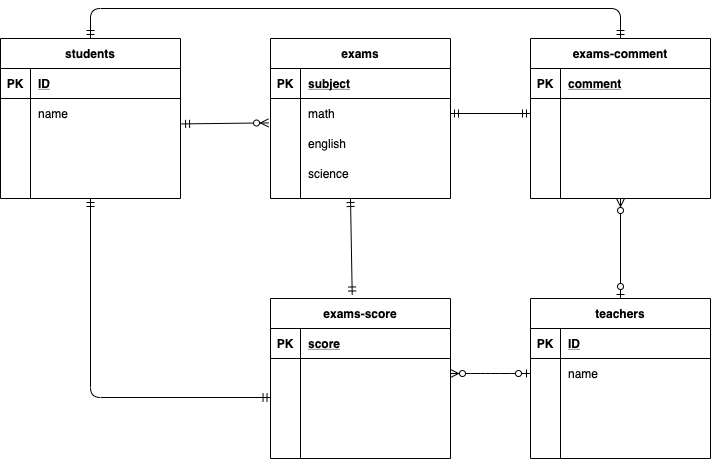
kiyo1215/coachtech_exam-database keeps this draw.io diagram as index.drawio.png. Above is the earlier version. Source tidied: cells renumbered, new cells last; positions are measured from the earlier drawing's top-left corner, leaving out a move shared by most shapes.
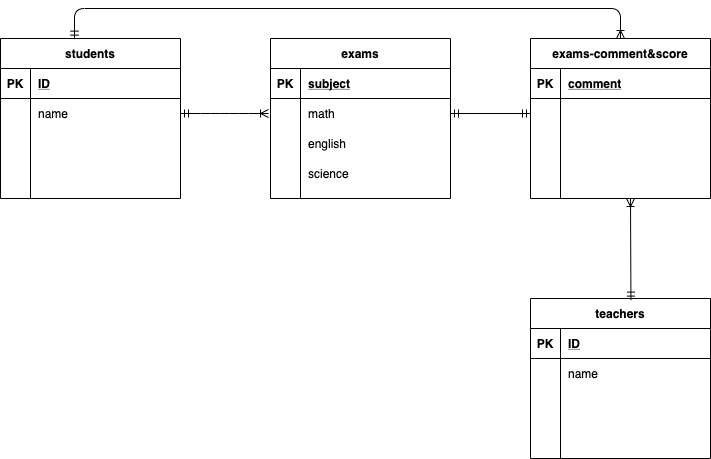
After the commit.

What changed in the source:
```diff
@@ -80,9 +80,6 @@
     <mxCell id="27" value="science" style="shape=partialRectangle;fillColor=none;top=0;left=0;bottom=0;right=0;align=left;spacingLeft=6;overflow=hidden;" parent="25" vertex="1">
       <mxGeometry x="30" width="150" height="30" as="geometry" />
     </mxCell>
-    <mxCell id="28" style="fontSize=12;html=1;endArrow=ERzeroToMany;startArrow=ERmandOne;entryX=-0.011;entryY=0.813;entryDx=0;entryDy=0;entryPerimeter=0;exitX=1.006;exitY=-0.153;exitDx=0;exitDy=0;exitPerimeter=0;" parent="1" edge="1" source="9" target="19">
-      <mxGeometry relative="1" as="geometry" />
-    </mxCell>
     <mxCell id="29" value="teachers" style="shape=table;startSize=30;rowLines=0;fontStyle=1;align=center;" parent="1" vertex="1">
       <mxGeometry x="530" y="290" width="180" height="160" as="geometry" />
     </mxCell>
@@ -113,46 +110,7 @@
     <mxCell id="38" style="shape=partialRectangle;fillColor=none;top=0;left=0;bottom=0;right=0;align=left;spacingLeft=6;overflow=hidden;" parent="36" vertex="1">
       <mxGeometry x="30" width="150" height="30" as="geometry" />
     </mxCell>
-    <mxCell id="39" value="exams-score" style="shape=table;startSize=30;rowLines=0;fontStyle=1;align=center;" parent="1" vertex="1">
-      <mxGeometry x="270" y="290" width="180" height="160" as="geometry" />
-    </mxCell>
-    <mxCell id="40" style="shape=partialRectangle;fillColor=none;top=0;left=0;bottom=1;right=0;" parent="39" vertex="1">
-      <mxGeometry y="30" width="180" height="30" as="geometry" />
-    </mxCell>
-    <mxCell id="41" value="PK" style="shape=partialRectangle;fillColor=none;top=0;left=0;bottom=0;right=0;fontStyle=1;overflow=hidden;" parent="40" vertex="1">
-      <mxGeometry width="30" height="30" as="geometry" />
-    </mxCell>
-    <mxCell id="42" value="score" style="shape=partialRectangle;fillColor=none;top=0;left=0;bottom=0;right=0;align=left;spacingLeft=6;fontStyle=5;overflow=hidden;" parent="40" vertex="1">
-      <mxGeometry x="30" width="150" height="30" as="geometry" />
-    </mxCell>
-    <mxCell id="43" style="shape=partialRectangle;fillColor=none;top=0;left=0;bottom=0;right=0;points=[[0,0.5],[1,0.5]];portConstraint=eastwest;" parent="39" vertex="1">
-      <mxGeometry y="60" width="180" height="30" as="geometry" />
-    </mxCell>
-    <mxCell id="44" style="shape=partialRectangle;fillColor=none;top=0;left=0;bottom=0;right=0;overflow=hidden;" parent="43" vertex="1">
-      <mxGeometry width="30" height="30" as="geometry" />
-    </mxCell>
-    <mxCell id="45" style="shape=partialRectangle;fillColor=none;top=0;left=0;bottom=0;right=0;align=left;spacingLeft=6;overflow=hidden;" parent="43" vertex="1">
-      <mxGeometry x="30" width="150" height="30" as="geometry" />
-    </mxCell>
-    <mxCell id="46" style="shape=partialRectangle;fillColor=none;top=0;left=0;bottom=0;right=0;points=[[0,0.5],[1,0.5]];portConstraint=eastwest;" parent="39" vertex="1">
-      <mxGeometry y="90" width="180" height="30" as="geometry" />
-    </mxCell>
-    <mxCell id="47" style="shape=partialRectangle;fillColor=none;top=0;left=0;bottom=0;right=0;overflow=hidden;" parent="46" vertex="1">
-      <mxGeometry width="30" height="30" as="geometry" />
-    </mxCell>
-    <mxCell id="48" style="shape=partialRectangle;fillColor=none;top=0;left=0;bottom=0;right=0;align=left;spacingLeft=6;overflow=hidden;" parent="46" vertex="1">
-      <mxGeometry x="30" width="150" height="30" as="geometry" />
-    </mxCell>
-    <mxCell id="49" style="shape=partialRectangle;fillColor=none;top=0;left=0;bottom=0;right=0;" parent="39" vertex="1">
-      <mxGeometry y="120" width="180" height="30" as="geometry" />
-    </mxCell>
-    <mxCell id="50" style="shape=partialRectangle;fillColor=none;top=0;left=0;bottom=0;right=0;overflow=hidden;" parent="49" vertex="1">
-      <mxGeometry width="30" height="30" as="geometry" />
-    </mxCell>
-    <mxCell id="51" style="shape=partialRectangle;fillColor=none;top=0;left=0;bottom=0;right=0;align=left;spacingLeft=6;overflow=hidden;" parent="49" vertex="1">
-      <mxGeometry x="30" width="150" height="30" as="geometry" />
-    </mxCell>
-    <mxCell id="52" value="exams-comment" style="shape=table;startSize=30;rowLines=0;fontStyle=1;align=center;" parent="1" vertex="1">
+    <mxCell id="52" value="exams-comment&amp;score" style="shape=table;startSize=30;rowLines=0;fontStyle=1;align=center;" parent="1" vertex="1">
       <mxGeometry x="530" y="30" width="180" height="160" as="geometry" />
     </mxCell>
     <mxCell id="53" style="shape=partialRectangle;fillColor=none;top=0;left=0;bottom=1;right=0;" parent="52" vertex="1">
@@ -194,24 +152,20 @@
     <mxCell id="65" style="fontSize=12;html=1;endArrow=ERmandOne;startArrow=ERmandOne;entryX=1;entryY=0.5;entryDx=0;entryDy=0;exitX=0;exitY=0.5;exitDx=0;exitDy=0;" parent="1" edge="1" source="56" target="19">
       <mxGeometry relative="1" as="geometry" />
     </mxCell>
-    <mxCell id="66" style="fontSize=12;html=1;endArrow=ERmandOne;startArrow=ERmandOne;exitX=0.454;exitY=-0.022;exitDx=0;exitDy=0;exitPerimeter=0;" parent="1" edge="1" source="39">
-      <mxGeometry relative="1" as="geometry">
-        <mxPoint x="350" y="190" as="targetPoint" />
-      </mxGeometry>
-    </mxCell>
-    <mxCell id="67" style="edgeStyle=entityRelationEdgeStyle;fontSize=12;html=1;endArrow=ERzeroToMany;startArrow=ERzeroToOne;exitX=0;exitY=0.5;exitDx=0;exitDy=0;" parent="1" edge="1" source="33" target="43">
-      <mxGeometry relative="1" as="geometry" />
-    </mxCell>
-    <mxCell id="68" style="fontSize=12;html=1;endArrow=ERzeroToMany;startArrow=ERzeroToOne;exitX=0.5;exitY=0;exitDx=0;exitDy=0;entryX=0.5;entryY=1;entryDx=0;entryDy=0;" parent="1" edge="1" source="29" target="52">
-      <mxGeometry relative="1" as="geometry" />
-    </mxCell>
-    <mxCell id="69" style="edgeStyle=orthogonalEdgeStyle;fontSize=12;html=1;endArrow=ERmandOne;startArrow=ERmandOne;exitX=0.003;exitY=0.3;exitDx=0;exitDy=0;exitPerimeter=0;entryX=0.5;entryY=1;entryDx=0;entryDy=0;" parent="1" edge="1" source="46" target="2">
-      <mxGeometry relative="1" as="geometry" />
-    </mxCell>
+    <mxCell id="71" style="edgeStyle=entityRelationEdgeStyle;fontSize=12;html=1;endArrow=ERoneToMany;startArrow=ERmandOne;exitX=1;exitY=0.5;exitDx=0;exitDy=0;" parent="1" edge="1" source="6">
+      <mxGeometry relative="1" as="geometry">
+        <mxPoint x="268" y="105" as="targetPoint" />
+      </mxGeometry>
+    </mxCell>
+    <mxCell id="72" style="fontSize=12;html=1;endArrow=ERoneToMany;startArrow=ERmandOne;exitX=0.558;exitY=0.01;exitDx=0;exitDy=0;exitPerimeter=0;" parent="1" edge="1" source="29">
+      <mxGeometry relative="1" as="geometry">
+        <mxPoint x="630" y="190" as="targetPoint" />
+      </mxGeometry>
+    </mxCell>
-    <mxCell id="70" style="edgeStyle=orthogonalEdgeStyle;fontSize=12;html=1;endArrow=ERmandOne;startArrow=ERmandOne;entryX=0.5;entryY=0;entryDx=0;entryDy=0;exitX=0.5;exitY=0;exitDx=0;exitDy=0;" parent="1" edge="1" source="2" target="52">
+    <mxCell id="70" style="edgeStyle=orthogonalEdgeStyle;fontSize=12;html=1;endArrow=ERoneToMany;startArrow=ERmandOne;entryX=0.5;entryY=0;entryDx=0;entryDy=0;exitX=0.411;exitY=0.004;exitDx=0;exitDy=0;exitPerimeter=0;" parent="1" edge="1" source="2" target="52">
       <mxGeometry relative="1" as="geometry">
         <Array as="points">
-          <mxPoint x="90" />
+          <mxPoint x="74" />
           <mxPoint x="620" />
         </Array>
       </mxGeometry>
```
